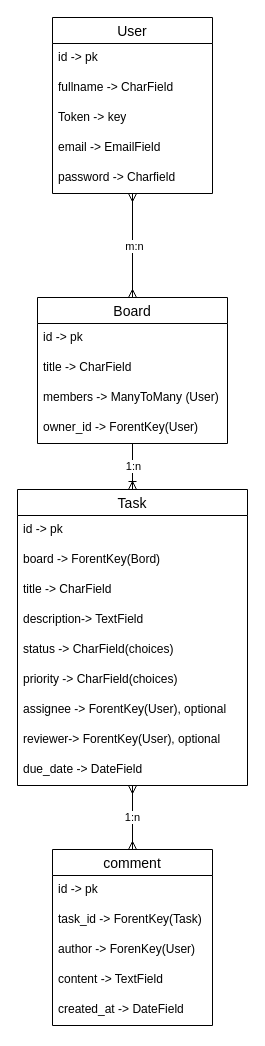
PBiebert/KanMind_Backend keeps this draw.io diagram as docs/er_diagramm.drawio. Above is the earlier version. Source tidied: cells renumbered, new cells numbered last; positions are measured from the earlier drawing's top-left corner, leaving out a move shared by most shapes. Both pictures are drawn from the tidied source at 100%, with x=0, y=0 at pixel (17, 17).
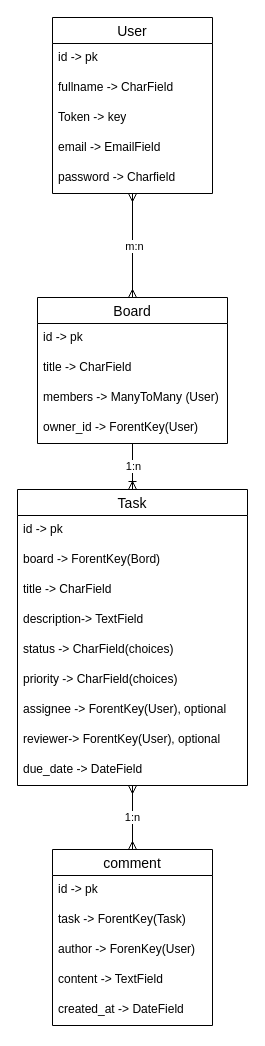
The same page after the edit.

Unchanged cells that the change refers to:
```xml
<mxCell id="28" value="comment" style="swimlane;fontStyle=0;horizontal=1;startSize=26;align=center;fontSize=14;" parent="1" vertex="1">
  <mxGeometry x="35" y="832" width="160" height="176" as="geometry" />
</mxCell>
```

Change to the diagram source:
```diff
@@
-    <mxCell id="30" value="task_id -&amp;gt; ForentKey(Task)" style="text;strokeColor=none;fillColor=none;spacingLeft=4;spacingRight=4;overflow=hidden;fontSize=12;whiteSpace=wrap;html=1;" parent="28" vertex="1">
+    <mxCell id="30" value="task -&amp;gt; ForentKey(Task)" style="text;strokeColor=none;fillColor=none;spacingLeft=4;spacingRight=4;overflow=hidden;fontSize=12;whiteSpace=wrap;html=1;" parent="28" vertex="1">
       <mxGeometry y="56" width="160" height="30" as="geometry" />
     </mxCell>
```
